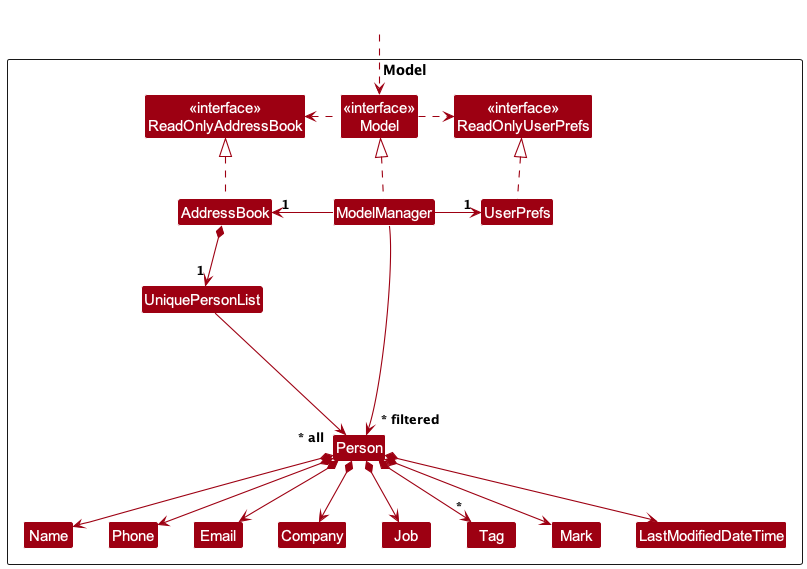
xavierpok/tp keeps this PlantUML diagram as docs/images/ModelClassDiagram.png. Above is the earlier version. Its source is kept beside it as docs/diagrams/ModelClassDiagram.puml.
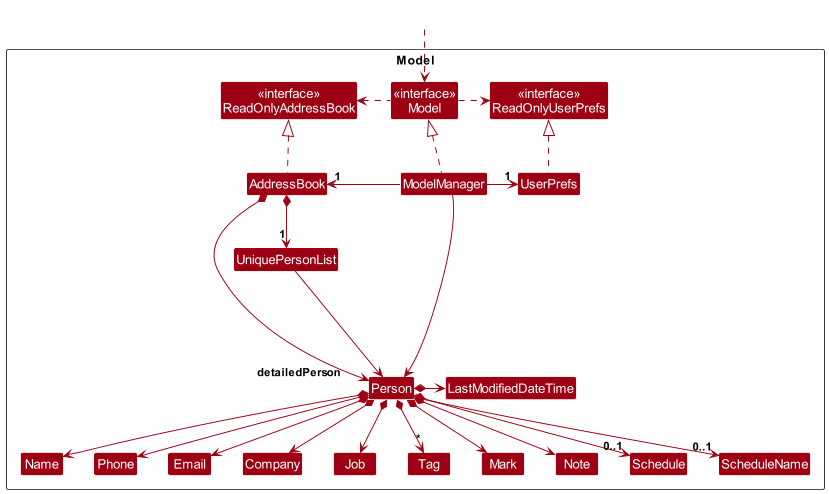
The same file after the commit.

Commit message:
Debug Model in DG

The edit, as a diff of the source:
```diff
@@ -22,6 +22,9 @@
 Class Tag
 Class Mark
 Class LastModifiedDateTime
+Class Note
+Class Schedule
+Class ScheduleName
 
 Class I #FFFFFF
 }
@@ -39,7 +42,8 @@
 UserPrefs .up.|> ReadOnlyUserPrefs
 
 AddressBook *--> "1" UniquePersonList
-UniquePersonList --> "~* all" Person
+AddressBook *--> "detailedPerson      " Person
+UniquePersonList --> Person
 Person *--> Name
 Person *--> Phone
 Person *--> Email
@@ -47,7 +51,10 @@
 Person *--> Job
 Person *--> "*" Tag
 Person *--> Mark
-Person *--> LastModifiedDateTime
+Person *-> LastModifiedDateTime
+Person *--> Note
+Person *--> "0..1" Schedule
+Person *--> "0..1" ScheduleName
 
 Person -[hidden]up--> I
 UniquePersonList -[hidden]right-> I
@@ -56,5 +63,5 @@
 Email -[hidden]right-> Company
 
 ModelManager -[hidden]-> "~* filtered" Person
-ModelManager --> "~* filtered" Person
+ModelManager -->  Person
 @enduml
```
